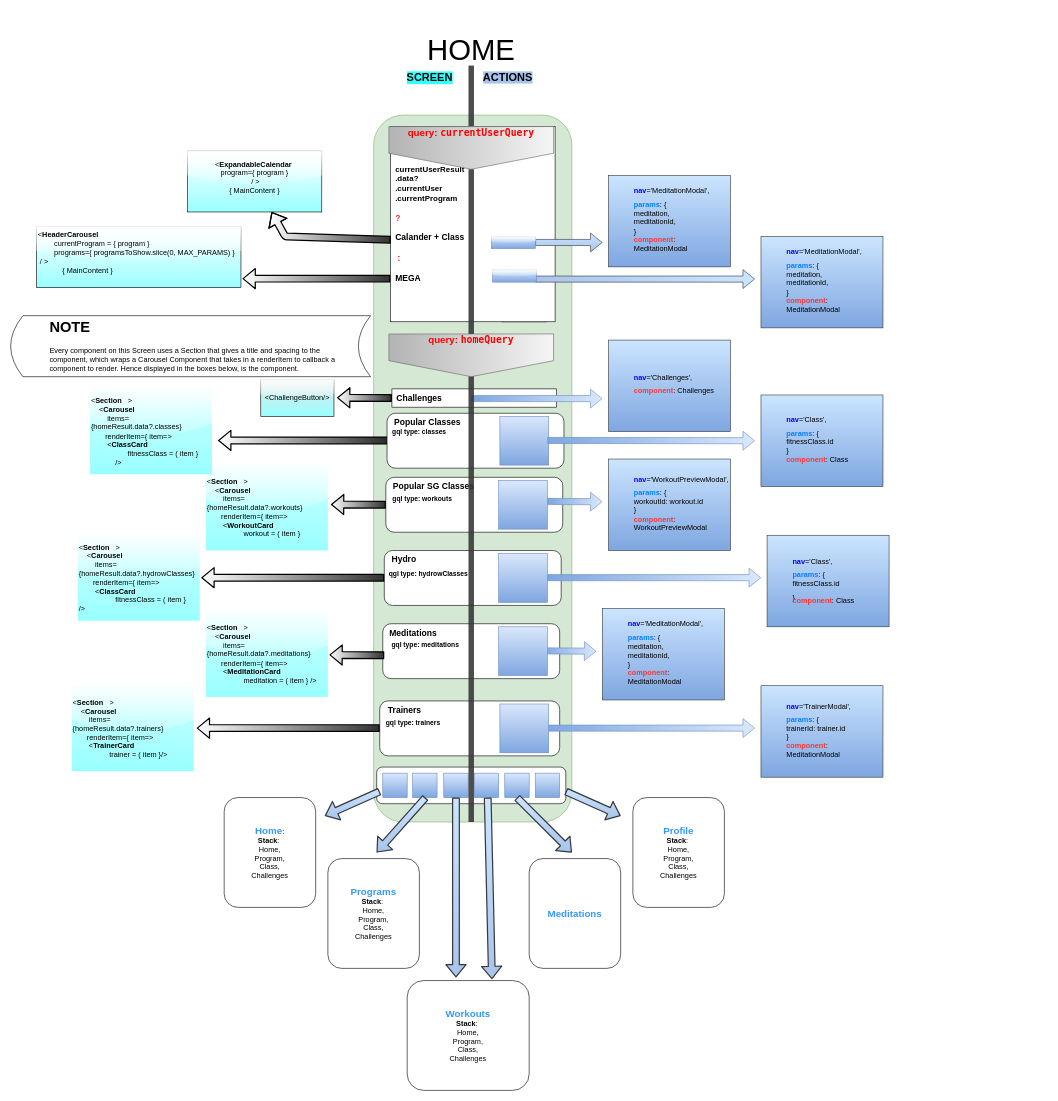
Mass812/TouchBase keeps this draw.io diagram as page "Home" (1 of 2) of Untitled Diagram.drawio. Above is the earlier version. Source tidied: cells renumbered, new cells numbered last; positions are measured from the earlier drawing's top-left corner, leaving out a move shared by most shapes. Both pictures are drawn from the tidied source at 61%, with x=0, y=0 at pixel (10, 29).
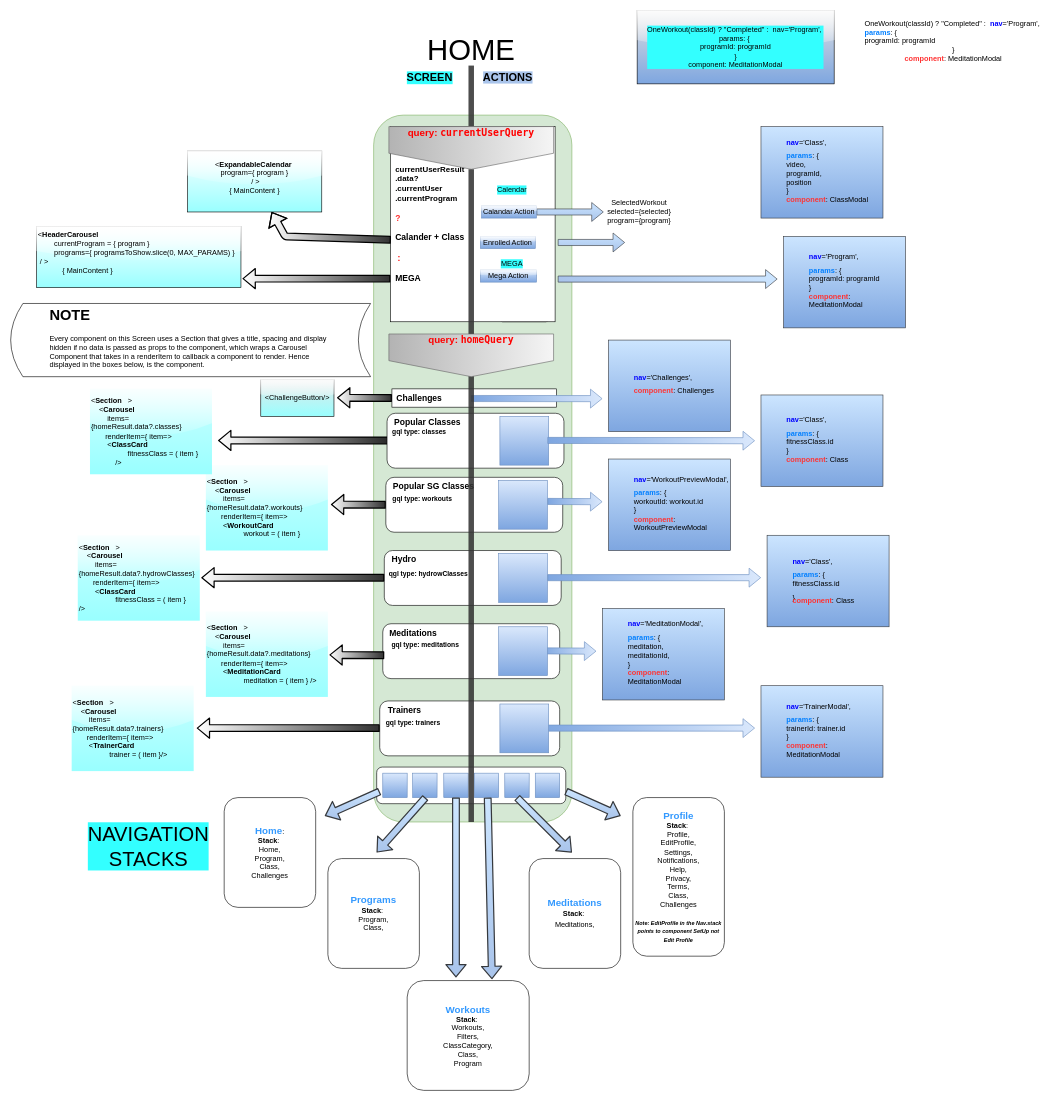
After the change.

Commit message:
Home Mega Calnadar Change Start and Class Component sketched

The change refers to these unchanged cells:
```xml
<mxCell id="70" style="group;" parent="68" vertex="1">
  <mxGeometry x="240" y="-60" width="320" height="200" as="geometry" />
</mxCell>
```

The edit, as a diff of the source:
```diff
@@
+    <mxCell id="92" value="&lt;div&gt;OneWorkout(classId) ? &quot;Completed&quot; :&amp;nbsp; nav='Program',&amp;nbsp;&lt;/div&gt;&lt;div&gt;params: {&amp;nbsp;&lt;/div&gt;&lt;div&gt;programId: programId&lt;/div&gt;&lt;div&gt;}&lt;/div&gt;&lt;div&gt;component: MeditationModal&lt;/div&gt;" style="rounded=0;whiteSpace=wrap;html=1;glass=1;labelBackgroundColor=#33FFFF;strokeColor=#000000;gradientColor=#7EA6E0;fillColor=#E0E0E0;" parent="1" vertex="1">
+      <mxGeometry x="1027" y="-30" width="323" height="120" as="geometry" />
+    </mxCell>
@@
-    <mxCell id="35" value="&lt;b&gt;&lt;font color=&quot;#3399ff&quot; style=&quot;font-size: 16px&quot;&gt;Programs&lt;/font&gt;&lt;/b&gt;&lt;br&gt;&lt;b&gt;Stack&lt;/b&gt;:&amp;nbsp;&lt;br&gt;Home,&lt;br&gt;Program,&lt;br&gt;Class,&lt;br&gt;Challenges" style="rounded=1;whiteSpace=wrap;html=1;" parent="1" vertex="1">
+    <mxCell id="35" value="&lt;b&gt;&lt;font color=&quot;#3399ff&quot; style=&quot;font-size: 16px&quot;&gt;Programs&lt;/font&gt;&lt;/b&gt;&lt;br&gt;&lt;b&gt;Stack&lt;/b&gt;:&amp;nbsp;&lt;br&gt;Program,&lt;br&gt;Class,&lt;br&gt;" style="rounded=1;whiteSpace=wrap;html=1;" parent="1" vertex="1">
       <mxGeometry x="520" y="1360" width="150" height="180" as="geometry" />
     </mxCell>
-    <mxCell id="36" value="&lt;b&gt;&lt;font color=&quot;#3399ff&quot; style=&quot;font-size: 16px&quot;&gt;Workouts&lt;/font&gt;&lt;/b&gt;&lt;br&gt;&lt;b&gt;Stack&lt;/b&gt;:&amp;nbsp;&lt;br&gt;Home,&lt;br&gt;Program,&lt;br&gt;Class,&lt;br&gt;Challenges" style="rounded=1;whiteSpace=wrap;html=1;" parent="1" vertex="1">
+    <mxCell id="36" value="&lt;b&gt;&lt;font color=&quot;#3399ff&quot; style=&quot;font-size: 16px&quot;&gt;Workouts&lt;/font&gt;&lt;/b&gt;&lt;br&gt;&lt;b&gt;Stack&lt;/b&gt;:&amp;nbsp;&lt;br&gt;Workouts,&lt;br&gt;Filters,&lt;br&gt;ClassCategory,&lt;br&gt;Class,&lt;br&gt;Program" style="rounded=1;whiteSpace=wrap;html=1;" parent="1" vertex="1">
       <mxGeometry x="650" y="1560" width="200" height="180" as="geometry" />
     </mxCell>
-    <mxCell id="37" value="&lt;b&gt;&lt;font color=&quot;#3399ff&quot; style=&quot;font-size: 16px&quot;&gt;Meditations&lt;/font&gt;&lt;/b&gt;" style="rounded=1;whiteSpace=wrap;html=1;" parent="1" vertex="1">
+    <mxCell id="37" value="&lt;b&gt;&lt;font color=&quot;#3399ff&quot; style=&quot;font-size: 16px&quot;&gt;Meditations&lt;br&gt;&lt;/font&gt;&lt;/b&gt;&lt;b&gt;Stack&lt;/b&gt;:&amp;nbsp;&lt;br&gt;Meditations,&lt;b&gt;&lt;font color=&quot;#3399ff&quot; style=&quot;font-size: 16px&quot;&gt;&lt;br&gt;&lt;/font&gt;&lt;/b&gt;" style="rounded=1;whiteSpace=wrap;html=1;" parent="1" vertex="1">
       <mxGeometry x="850" y="1360" width="150" height="180" as="geometry" />
     </mxCell>
-    <mxCell id="38" value="&lt;b&gt;&lt;font color=&quot;#3399ff&quot; style=&quot;font-size: 16px&quot;&gt;Profile&lt;/font&gt;&lt;/b&gt;&lt;br&gt;&lt;b&gt;Stack&lt;/b&gt;:&amp;nbsp;&lt;br&gt;Home,&lt;br&gt;Program,&lt;br&gt;Class,&lt;br&gt;Challenges" style="rounded=1;whiteSpace=wrap;html=1;" parent="1" vertex="1">
-      <mxGeometry x="1020" y="1260" width="150" height="180" as="geometry" />
+    <mxCell id="38" value="&lt;b&gt;&lt;font color=&quot;#3399ff&quot; style=&quot;font-size: 16px&quot;&gt;Profile&lt;/font&gt;&lt;/b&gt;&lt;br&gt;&lt;b&gt;Stack&lt;/b&gt;:&amp;nbsp;&lt;br&gt;Profile,&lt;br&gt;EditProfile,&lt;br&gt;Settings,&lt;br&gt;Notifications,&lt;br&gt;Help,&lt;br&gt;Privacy,&lt;br&gt;Terms,&lt;br&gt;Class,&lt;br&gt;Challenges&lt;br&gt;&lt;br&gt;&lt;i&gt;&lt;font style=&quot;font-size: 9px&quot;&gt;&lt;b&gt;Note: EditProfile in the Nav.stack points to component SetUp not Edit Profile&lt;/b&gt;&lt;/font&gt;&lt;/i&gt;" style="rounded=1;whiteSpace=wrap;html=1;" parent="1" vertex="1">
+      <mxGeometry x="1020" y="1260" width="150" height="260" as="geometry" />
     </mxCell>
@@
     <mxCell id="68" style="group;" parent="1" vertex="1">
-      <mxGeometry x="870" y="350" width="560" height="140" as="geometry" />
+      <mxGeometry x="907" y="350" width="560" height="140" as="geometry" />
     </mxCell>
@@
-    <mxCell id="72" value="&lt;blockquote style=&quot;margin: 0 0 0 40px ; border: none ; padding: 0px&quot;&gt;&lt;p style=&quot;line-height: 50%&quot;&gt;&lt;b&gt;&lt;font color=&quot;#0000ff&quot;&gt;nav&lt;/font&gt;&lt;/b&gt;='MeditationModal',&amp;nbsp;&lt;/p&gt;&lt;div&gt;&lt;b&gt;&lt;font color=&quot;#007fff&quot;&gt;params&lt;/font&gt;&lt;/b&gt;&lt;span&gt;: {&amp;nbsp;&lt;/span&gt;&lt;/div&gt;&lt;div&gt;&lt;span&gt;meditation,&lt;/span&gt;&lt;/div&gt;meditationId,&lt;br&gt;}&lt;br&gt;&lt;font color=&quot;#ff3333&quot;&gt;&lt;b&gt;component&lt;/b&gt;&lt;/font&gt;: MeditationModal&lt;/blockquote&gt;&lt;p&gt;&lt;/p&gt;" style="text;html=1;strokeColor=#36393d;fillColor=#cce5ff;align=left;verticalAlign=middle;whiteSpace=wrap;rounded=1;gradientColor=#7EA6E0;perimeterSpacing=1;labelPadding=7;arcSize=0;" parent="70" vertex="1">
+    <mxCell id="72" value="&lt;blockquote style=&quot;margin: 0 0 0 40px ; border: none ; padding: 0px&quot;&gt;&lt;p style=&quot;line-height: 50%&quot;&gt;&lt;b&gt;&lt;font color=&quot;#0000ff&quot;&gt;nav&lt;/font&gt;&lt;/b&gt;='Program',&amp;nbsp;&lt;/p&gt;&lt;div&gt;&lt;b&gt;&lt;font color=&quot;#007fff&quot;&gt;params&lt;/font&gt;&lt;/b&gt;&lt;span&gt;: {&amp;nbsp;&lt;/span&gt;&lt;/div&gt;&lt;div&gt;programId: programId&lt;/div&gt;}&lt;br&gt;&lt;font color=&quot;#ff3333&quot;&gt;&lt;b&gt;component&lt;/b&gt;&lt;/font&gt;: MeditationModal&lt;/blockquote&gt;&lt;p&gt;&lt;/p&gt;" style="text;html=1;strokeColor=#36393d;fillColor=#cce5ff;align=left;verticalAlign=middle;whiteSpace=wrap;rounded=1;gradientColor=#7EA6E0;perimeterSpacing=1;labelPadding=7;arcSize=0;" parent="70" vertex="1">
       <mxGeometry x="120" y="50" width="200" height="150" as="geometry" />
     </mxCell>
@@
     <mxCell id="76" style="group;" parent="1" vertex="1">
-      <mxGeometry y="470" width="590" height="100" as="geometry" />
+      <mxGeometry y="450" width="590" height="120" as="geometry" />
     </mxCell>
     <mxCell id="77" style="shape=dataStorage;whiteSpace=wrap;html=1;fixedSize=1;" parent="76" vertex="1">
-      <mxGeometry width="590" height="100" as="geometry" />
+      <mxGeometry width="590" height="120" as="geometry" />
     </mxCell>
-    <mxCell id="78" value="&lt;h1&gt;NOTE&lt;/h1&gt;&lt;p&gt;Every component on this Screen uses a Section that gives a title and spacing to the component, which wraps a Carousel Component that takes in a renderItem to callback a component to render. Hence displayed in the boxes below, is the component.&lt;/p&gt;&lt;p&gt;&lt;br&gt;&lt;/p&gt;" style="text;html=1;strokeColor=none;fillColor=none;spacing=5;spacingTop=-20;whiteSpace=wrap;overflow=hidden;rounded=0;" parent="76" vertex="1">
-      <mxGeometry x="59" width="486.8" height="100" as="geometry" />
+    <mxCell id="78" value="&lt;h1&gt;NOTE&lt;/h1&gt;&lt;p&gt;Every component on this Screen uses a Section that gives a title, spacing and display hidden if no data is passed as props to the component, which wraps a Carousel Component that takes in a renderItem to callback a component to render. Hence displayed in the boxes below, is the component.&lt;/p&gt;&lt;p&gt;&lt;br&gt;&lt;/p&gt;" style="text;html=1;strokeColor=none;fillColor=none;spacing=5;spacingTop=-20;whiteSpace=wrap;overflow=hidden;rounded=0;" parent="76" vertex="1">
+      <mxGeometry x="59" width="486.8" height="120" as="geometry" />
     </mxCell>
@@
-    <mxCell id="80" style="rounded=0;whiteSpace=wrap;html=1;glass=1;strokeColor=#6c8ebf;fillColor=#dae8fc;gradientColor=#7ea6e0;" parent="1" vertex="1">
-      <mxGeometry x="790" y="395" width="72" height="20" as="geometry" />
+    <mxCell id="80" value="Mega Action" style="rounded=0;whiteSpace=wrap;html=1;glass=1;strokeColor=#6c8ebf;fillColor=#dae8fc;gradientColor=#7ea6e0;" parent="1" vertex="1">
+      <mxGeometry x="770" y="395" width="92" height="20" as="geometry" />
     </mxCell>
-    <mxCell id="81" style="rounded=0;whiteSpace=wrap;html=1;glass=1;strokeColor=#6c8ebf;fillColor=#dae8fc;gradientColor=#7ea6e0;" parent="1" vertex="1">
-      <mxGeometry x="788" y="340" width="72" height="20" as="geometry" />
+    <mxCell id="81" value="Enrolled Action" style="rounded=0;whiteSpace=wrap;html=1;glass=1;strokeColor=#6c8ebf;fillColor=#dae8fc;gradientColor=#7ea6e0;" parent="1" vertex="1">
+      <mxGeometry x="770" y="340" width="90" height="20" as="geometry" />
     </mxCell>
@@
-    <mxCell id="89" value="&lt;blockquote style=&quot;margin: 0 0 0 40px ; border: none ; padding: 0px&quot;&gt;&lt;p style=&quot;line-height: 50%&quot;&gt;&lt;b&gt;&lt;font color=&quot;#0000ff&quot;&gt;nav&lt;/font&gt;&lt;/b&gt;='MeditationModal',&amp;nbsp;&lt;/p&gt;&lt;div&gt;&lt;b&gt;&lt;font color=&quot;#007fff&quot;&gt;params&lt;/font&gt;&lt;/b&gt;&lt;span&gt;: {&amp;nbsp;&lt;/span&gt;&lt;/div&gt;&lt;div&gt;&lt;span&gt;meditation,&lt;/span&gt;&lt;/div&gt;meditationId,&lt;br&gt;}&lt;br&gt;&lt;font color=&quot;#ff3333&quot;&gt;&lt;b&gt;component&lt;/b&gt;&lt;/font&gt;: MeditationModal&lt;/blockquote&gt;&lt;p&gt;&lt;/p&gt;" style="text;html=1;strokeColor=#36393d;fillColor=#cce5ff;align=left;verticalAlign=middle;whiteSpace=wrap;rounded=1;gradientColor=#7EA6E0;perimeterSpacing=1;labelPadding=7;arcSize=0;" parent="1" vertex="1">
-      <mxGeometry x="980" y="240" width="200" height="150" as="geometry" />
+    <mxCell id="89" value="&lt;blockquote style=&quot;margin: 0 0 0 40px ; border: none ; padding: 0px&quot;&gt;&lt;p style=&quot;line-height: 50%&quot;&gt;&lt;b&gt;&lt;font color=&quot;#0000ff&quot;&gt;nav&lt;/font&gt;&lt;/b&gt;='Class',&amp;nbsp;&lt;/p&gt;&lt;div&gt;&lt;b&gt;&lt;font color=&quot;#007fff&quot;&gt;params&lt;/font&gt;&lt;/b&gt;&lt;span&gt;: {&amp;nbsp;&lt;/span&gt;&lt;/div&gt;&lt;div&gt;video,&lt;/div&gt;&lt;div&gt;programId,&lt;/div&gt;&lt;div&gt;position&lt;/div&gt;}&lt;br&gt;&lt;font color=&quot;#ff3333&quot;&gt;&lt;b&gt;component&lt;/b&gt;&lt;/font&gt;: ClassModal&lt;/blockquote&gt;&lt;p&gt;&lt;/p&gt;" style="text;html=1;strokeColor=#36393d;fillColor=#cce5ff;align=left;verticalAlign=middle;whiteSpace=wrap;rounded=1;gradientColor=#7EA6E0;perimeterSpacing=1;labelPadding=7;arcSize=0;" parent="1" vertex="1">
+      <mxGeometry x="1230" y="160" width="200" height="150" as="geometry" />
     </mxCell>
@@
+    <mxCell id="93" value="&lt;font style=&quot;font-size: 33px&quot;&gt;NAVIGATION STACKS&lt;/font&gt;" style="text;html=1;strokeColor=none;fillColor=none;align=center;verticalAlign=middle;whiteSpace=wrap;rounded=0;glass=1;labelBackgroundColor=#33FFFF;" parent="1" vertex="1">
+      <mxGeometry x="126" y="1280" width="200" height="120" as="geometry" />
+    </mxCell>
+    <mxCell id="94" style="shape=flexArrow;endArrow=classic;html=1;fillColor=#cce5ff;strokeColor=#36393d;gradientColor=#A9C4EB;" parent="1" edge="1">
+      <mxGeometry relative="1" as="geometry">
+        <mxPoint x="862" y="300" as="sourcePoint" />
+        <mxPoint x="972" y="300" as="targetPoint" />
+      </mxGeometry>
+    </mxCell>
+    <mxCell id="95" value="SelectedWorkout &lt;br&gt;selected={selected}&lt;br&gt;program={program}" style="text;html=1;align=center;verticalAlign=middle;" parent="1" vertex="1">
+      <mxGeometry x="970" y="274.1" width="120" height="50" as="geometry" />
+    </mxCell>
+    <mxCell id="96" value="Calandar Action" style="rounded=0;whiteSpace=wrap;html=1;glass=1;strokeColor=#6c8ebf;fillColor=#dae8fc;gradientColor=#7ea6e0;" parent="1" vertex="1">
+      <mxGeometry x="772" y="290" width="90" height="20" as="geometry" />
+    </mxCell>
+    <mxCell id="97" value="Calendar" style="text;html=1;strokeColor=none;fillColor=none;align=center;verticalAlign=middle;whiteSpace=wrap;rounded=0;glass=1;labelBackgroundColor=#33FFFF;" parent="1" vertex="1">
+      <mxGeometry x="802" y="254" width="40" height="20" as="geometry" />
+    </mxCell>
+    <mxCell id="98" value="MEGA" style="text;html=1;strokeColor=none;fillColor=none;align=center;verticalAlign=middle;whiteSpace=wrap;rounded=0;glass=1;labelBackgroundColor=#33FFFF;" parent="1" vertex="1">
+      <mxGeometry x="802" y="375" width="40" height="20" as="geometry" />
+    </mxCell>
+    <mxCell id="99" value="OneWorkout(classId) ? &quot;Completed&quot; :&amp;nbsp;&amp;nbsp;&lt;b style=&quot;text-align: left&quot;&gt;&lt;font color=&quot;#0000ff&quot;&gt;nav&lt;/font&gt;&lt;/b&gt;&lt;span style=&quot;text-align: left&quot;&gt;='Program',&amp;nbsp;&lt;/span&gt;&lt;div style=&quot;text-align: left&quot;&gt;&lt;b&gt;&lt;font color=&quot;#007fff&quot;&gt;params&lt;/font&gt;&lt;/b&gt;: {&amp;nbsp;&lt;/div&gt;&lt;div style=&quot;text-align: left&quot;&gt;programId: programId&lt;/div&gt;&lt;span style=&quot;text-align: left&quot;&gt;}&lt;/span&gt;&lt;br style=&quot;text-align: left&quot;&gt;&lt;font color=&quot;#ff3333&quot; style=&quot;text-align: left&quot;&gt;&lt;b&gt;component&lt;/b&gt;&lt;/font&gt;&lt;span style=&quot;text-align: left&quot;&gt;: MeditationModal&lt;/span&gt;" style="text;html=1;align=center;verticalAlign=middle;" parent="1" vertex="1">
+      <mxGeometry x="1390" y="-20" width="310" height="80" as="geometry" />
+    </mxCell>
```
